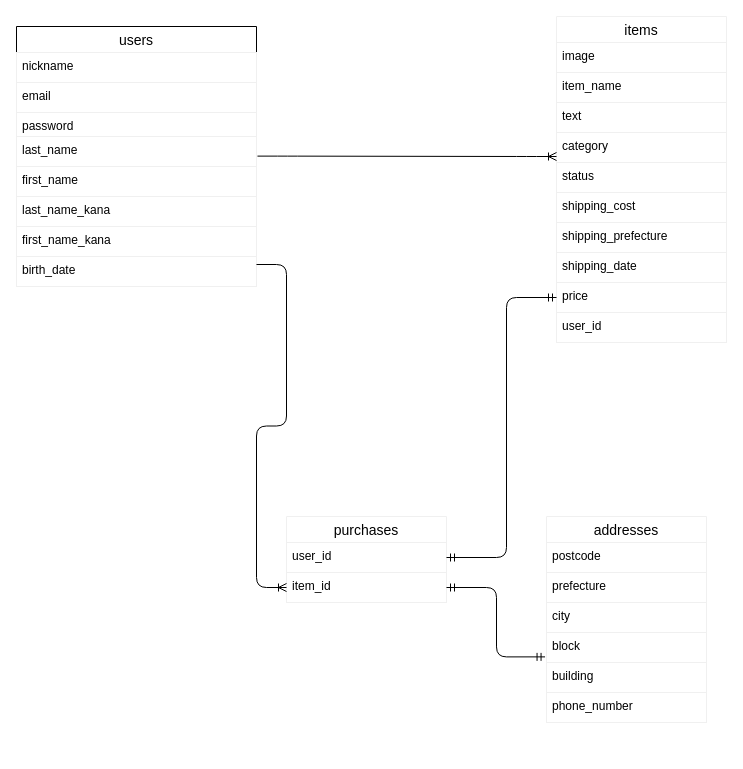
The draw.io diagram db.dio in shiori771/furima-31092, before the edit. Source tidied: cells renumbered, new cells numbered last; positions are measured from the earlier drawing's top-left corner, leaving out a move shared by most shapes. Both pictures are drawn from the tidied source at 100%, with x=0, y=0 at pixel (16, 16).
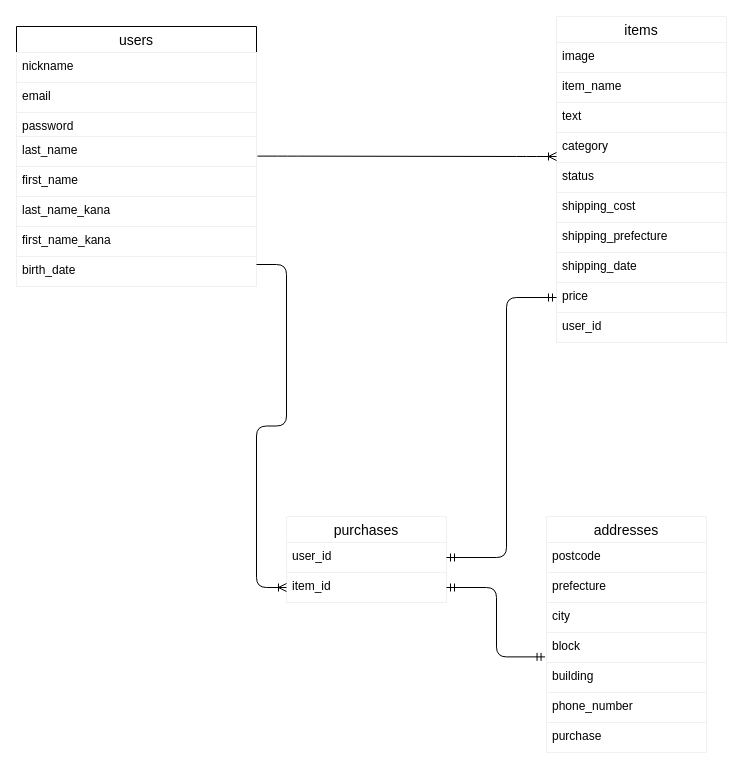
Above is the later version.

Commit message:
[update]ER図修正２回目

Diff of the diagram source:
```diff
@@
     <mxCell id="16" value="addresses" style="swimlane;fontStyle=0;horizontal=1;startSize=26;align=center;fontSize=14;strokeColor=#f0f0f0;" parent="1" vertex="1">
-      <mxGeometry x="530" y="500" width="160" height="206" as="geometry" />
+      <mxGeometry x="530" y="500" width="160" height="236" as="geometry" />
     </mxCell>
@@
+    <mxCell id="36" value="purchase&#10;" style="text;fillColor=none;spacingLeft=4;spacingRight=4;overflow=hidden;fontSize=12;strokeColor=#f0f0f0;" parent="16" vertex="1">
+      <mxGeometry y="206" width="160" height="30" as="geometry" />
+    </mxCell>
```
